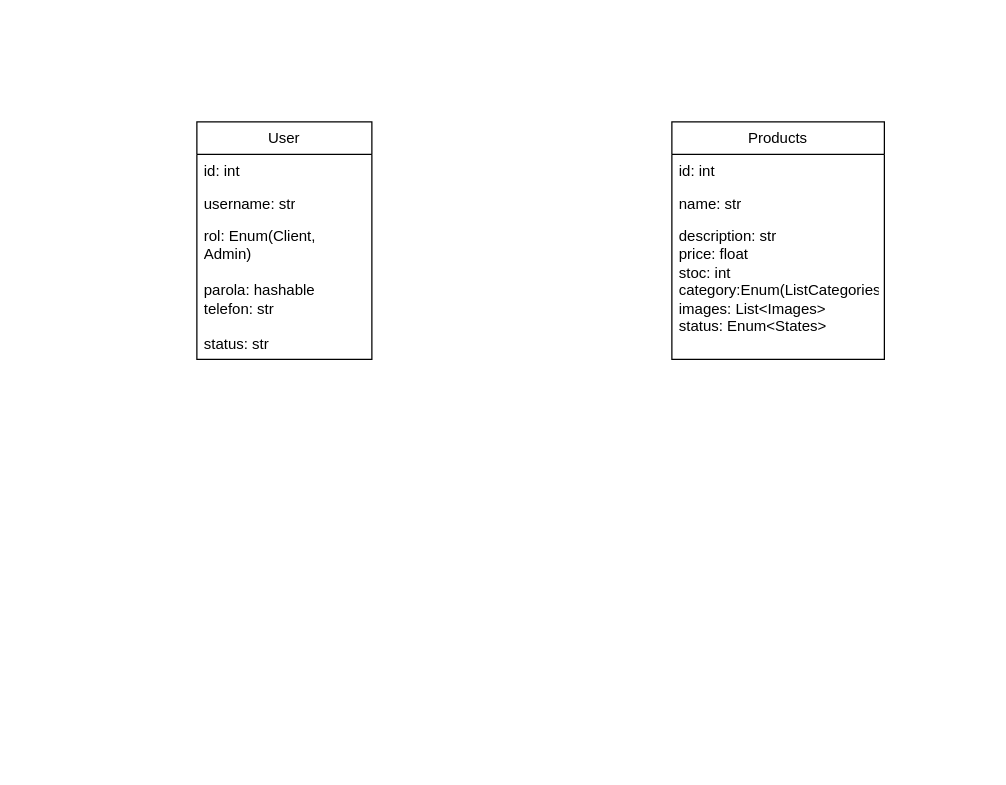
This is Diagramă fără titlu.drawio from raresmaier234/ISS, a draw.io file, before an edit. Source tidied: cells renumbered, new cells numbered last; positions are measured from the earlier drawing's top-left corner, leaving out a move shared by most shapes. Both pictures are drawn from the tidied source at 125%, with x=0, y=0 at pixel (196, 121).
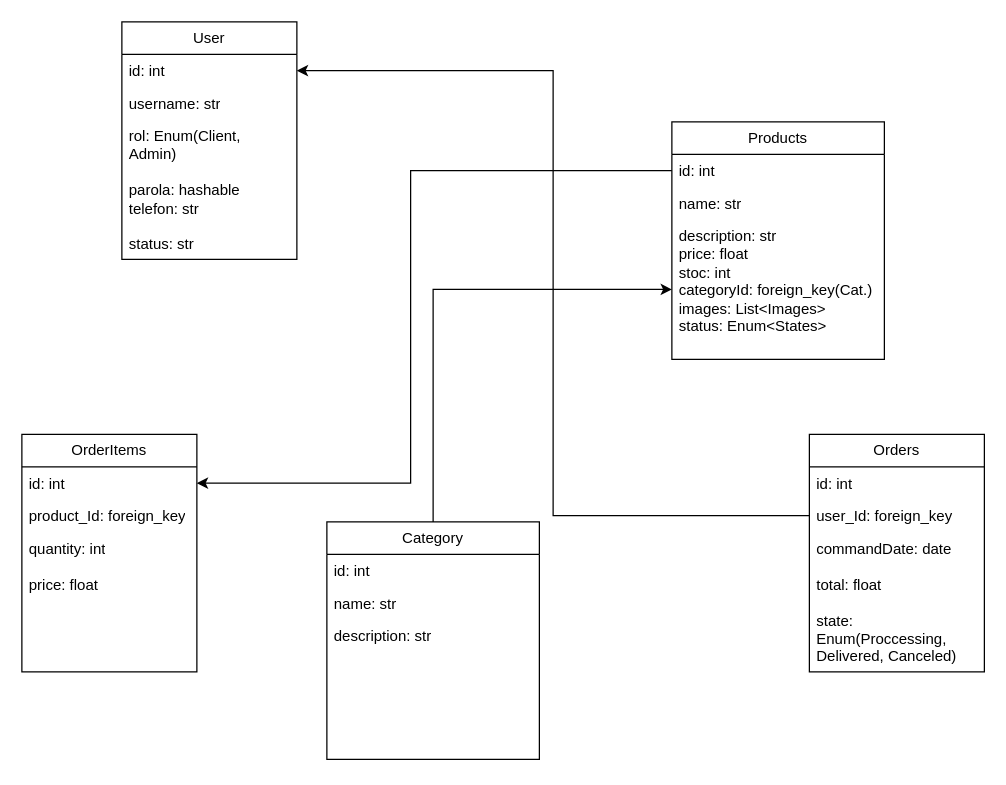
The same diagram, later.

Unchanged cells that the change refers to:
```xml
<mxCell id="3" value="id: int" style="text;strokeColor=none;fillColor=none;align=left;verticalAlign=top;spacingLeft=4;spacingRight=4;overflow=hidden;points=[[0,0.5],[1,0.5]];portConstraint=eastwest;whiteSpace=wrap;html=1;" parent="2" vertex="1">
  <mxGeometry y="26" width="140" height="26" as="geometry" />
</mxCell>
<mxCell id="6" value="Products" style="swimlane;fontStyle=0;horizontal=1;startSize=26;fillColor=none;whiteSpace=wrap;html=1;" parent="1" vertex="1">
  <mxGeometry x="380" width="170" height="190" as="geometry" />
</mxCell>
<mxCell id="7" value="id: int" style="text;strokeColor=none;fillColor=none;align=left;verticalAlign=top;spacingLeft=4;spacingRight=4;overflow=hidden;points=[[0,0.5],[1,0.5]];portConstraint=eastwest;whiteSpace=wrap;html=1;" parent="6" vertex="1">
  <mxGeometry y="26" width="170" height="26" as="geometry" />
</mxCell>
```

The edit, as a diff of the source:
```diff
@@
     <mxCell id="2" value="User" style="swimlane;fontStyle=0;horizontal=1;startSize=26;fillColor=none;whiteSpace=wrap;html=1;" parent="1" vertex="1">
-      <mxGeometry width="140" height="190" as="geometry" />
+      <mxGeometry x="-60" y="-80" width="140" height="190" as="geometry" />
     </mxCell>
@@
-    <mxCell id="9" value="description: str&lt;div&gt;price: float&lt;/div&gt;&lt;div&gt;stoc: int&lt;/div&gt;&lt;div&gt;category:Enum(ListCategories)&lt;/div&gt;&lt;div&gt;images: List&amp;lt;Images&amp;gt;&lt;div&gt;&lt;div&gt;status: Enum&amp;lt;States&amp;gt;&lt;/div&gt;&lt;div&gt;&lt;div&gt;&lt;br&gt;&lt;/div&gt;&lt;/div&gt;&lt;/div&gt;&lt;/div&gt;" style="text;strokeColor=none;fillColor=none;align=left;verticalAlign=top;spacingLeft=4;spacingRight=4;overflow=hidden;points=[[0,0.5],[1,0.5]];portConstraint=eastwest;whiteSpace=wrap;html=1;" parent="6" vertex="1">
+    <mxCell id="9" value="description: str&lt;div&gt;price: float&lt;/div&gt;&lt;div&gt;stoc: int&lt;/div&gt;&lt;div&gt;categoryId: foreign_key(Cat.)&lt;/div&gt;&lt;div&gt;images: List&amp;lt;Images&amp;gt;&lt;div&gt;&lt;div&gt;status: Enum&amp;lt;States&amp;gt;&lt;/div&gt;&lt;div&gt;&lt;div&gt;&lt;br&gt;&lt;/div&gt;&lt;/div&gt;&lt;/div&gt;&lt;/div&gt;" style="text;strokeColor=none;fillColor=none;align=left;verticalAlign=top;spacingLeft=4;spacingRight=4;overflow=hidden;points=[[0,0.5],[1,0.5]];portConstraint=eastwest;whiteSpace=wrap;html=1;" parent="6" vertex="1">
       <mxGeometry y="78" width="170" height="112" as="geometry" />
     </mxCell>
+    <mxCell id="10" value="Category" style="swimlane;fontStyle=0;horizontal=1;startSize=26;fillColor=none;whiteSpace=wrap;html=1;" parent="1" vertex="1">
+      <mxGeometry x="104" y="320" width="170" height="190" as="geometry" />
+    </mxCell>
+    <mxCell id="11" value="id: int" style="text;strokeColor=none;fillColor=none;align=left;verticalAlign=top;spacingLeft=4;spacingRight=4;overflow=hidden;whiteSpace=wrap;html=1;" parent="10" vertex="1">
+      <mxGeometry y="26" width="170" height="26" as="geometry" />
+    </mxCell>
+    <mxCell id="12" value="name: str" style="text;strokeColor=none;fillColor=none;align=left;verticalAlign=top;spacingLeft=4;spacingRight=4;overflow=hidden;whiteSpace=wrap;html=1;" parent="10" vertex="1">
+      <mxGeometry y="52" width="170" height="26" as="geometry" />
+    </mxCell>
+    <mxCell id="13" value="description: str&lt;div&gt;&lt;br&gt;&lt;/div&gt;&lt;div&gt;&lt;br&gt;&lt;/div&gt;&lt;div&gt;&lt;div&gt;&lt;div&gt;&lt;div&gt;&lt;br&gt;&lt;/div&gt;&lt;/div&gt;&lt;/div&gt;&lt;/div&gt;" style="text;strokeColor=none;fillColor=none;align=left;verticalAlign=top;spacingLeft=4;spacingRight=4;overflow=hidden;whiteSpace=wrap;html=1;" parent="10" vertex="1">
+      <mxGeometry y="78" width="170" height="112" as="geometry" />
+    </mxCell>
+    <mxCell id="14" style="edgeStyle=orthogonalEdgeStyle;rounded=0;jettySize=auto;html=1;" parent="1" edge="1" source="10" target="9">
+      <mxGeometry relative="1" as="geometry" />
+    </mxCell>
+    <mxCell id="15" value="OrderItems" style="swimlane;fontStyle=0;horizontal=1;startSize=26;fillColor=none;whiteSpace=wrap;html=1;" parent="1" vertex="1">
+      <mxGeometry x="-140" y="250" width="140" height="190" as="geometry" />
+    </mxCell>
+    <mxCell id="16" value="id: int" style="text;strokeColor=none;fillColor=none;align=left;verticalAlign=top;spacingLeft=4;spacingRight=4;overflow=hidden;points=[[0,0.5],[1,0.5]];portConstraint=eastwest;whiteSpace=wrap;html=1;" parent="15" vertex="1">
+      <mxGeometry y="26" width="140" height="26" as="geometry" />
+    </mxCell>
+    <mxCell id="17" value="product_Id: foreign_key" style="text;strokeColor=none;fillColor=none;align=left;verticalAlign=top;spacingLeft=4;spacingRight=4;overflow=hidden;whiteSpace=wrap;html=1;" parent="15" vertex="1">
+      <mxGeometry y="52" width="140" height="26" as="geometry" />
+    </mxCell>
+    <mxCell id="18" value="quantity: int&lt;br&gt;&lt;div&gt;&lt;br&gt;&lt;div&gt;price: float&lt;/div&gt;&lt;div&gt;&lt;br&gt;&lt;/div&gt;&lt;div&gt;&lt;br&gt;&lt;/div&gt;&lt;/div&gt;" style="text;strokeColor=none;fillColor=none;align=left;verticalAlign=top;spacingLeft=4;spacingRight=4;overflow=hidden;whiteSpace=wrap;html=1;" parent="15" vertex="1">
+      <mxGeometry y="78" width="140" height="112" as="geometry" />
+    </mxCell>
+    <mxCell id="19" style="edgeStyle=orthogonalEdgeStyle;rounded=0;jettySize=auto;html=1;entryX=1;entryY=0.5;entryDx=0;entryDy=0;" parent="1" edge="1" source="7" target="16">
+      <mxGeometry relative="1" as="geometry">
+        <Array as="points">
+          <mxPoint x="171" y="39" />
+          <mxPoint x="171" y="289" />
+        </Array>
+      </mxGeometry>
+    </mxCell>
+    <mxCell id="20" value="Orders" style="swimlane;fontStyle=0;horizontal=1;startSize=26;fillColor=none;whiteSpace=wrap;html=1;" parent="1" vertex="1">
+      <mxGeometry x="490" y="250" width="140" height="190" as="geometry" />
+    </mxCell>
+    <mxCell id="21" value="id: int" style="text;strokeColor=none;fillColor=none;align=left;verticalAlign=top;spacingLeft=4;spacingRight=4;overflow=hidden;whiteSpace=wrap;html=1;" parent="20" vertex="1">
+      <mxGeometry y="26" width="140" height="26" as="geometry" />
+    </mxCell>
+    <mxCell id="22" value="user_Id: foreign_key" style="text;strokeColor=none;fillColor=none;align=left;verticalAlign=top;spacingLeft=4;spacingRight=4;overflow=hidden;points=[[0,0.5],[1,0.5]];portConstraint=eastwest;whiteSpace=wrap;html=1;" parent="20" vertex="1">
+      <mxGeometry y="52" width="140" height="26" as="geometry" />
+    </mxCell>
+    <mxCell id="23" value="commandDate: date&lt;br&gt;&lt;div&gt;&lt;br&gt;&lt;/div&gt;&lt;div&gt;total: float&lt;/div&gt;&lt;div&gt;&lt;br&gt;&lt;/div&gt;&lt;div&gt;state: Enum(Proccessing, Delivered, Canceled)&lt;/div&gt;&lt;div&gt;&lt;br&gt;&lt;/div&gt;&lt;div&gt;&lt;br&gt;&lt;/div&gt;" style="text;strokeColor=none;fillColor=none;align=left;verticalAlign=top;spacingLeft=4;spacingRight=4;overflow=hidden;whiteSpace=wrap;html=1;" parent="20" vertex="1">
+      <mxGeometry y="78" width="140" height="112" as="geometry" />
+    </mxCell>
+    <mxCell id="24" style="edgeStyle=orthogonalEdgeStyle;rounded=0;jettySize=auto;html=1;entryX=1;entryY=0.5;entryDx=0;entryDy=0;" parent="1" edge="1" source="22" target="3">
+      <mxGeometry relative="1" as="geometry" />
+    </mxCell>
```
